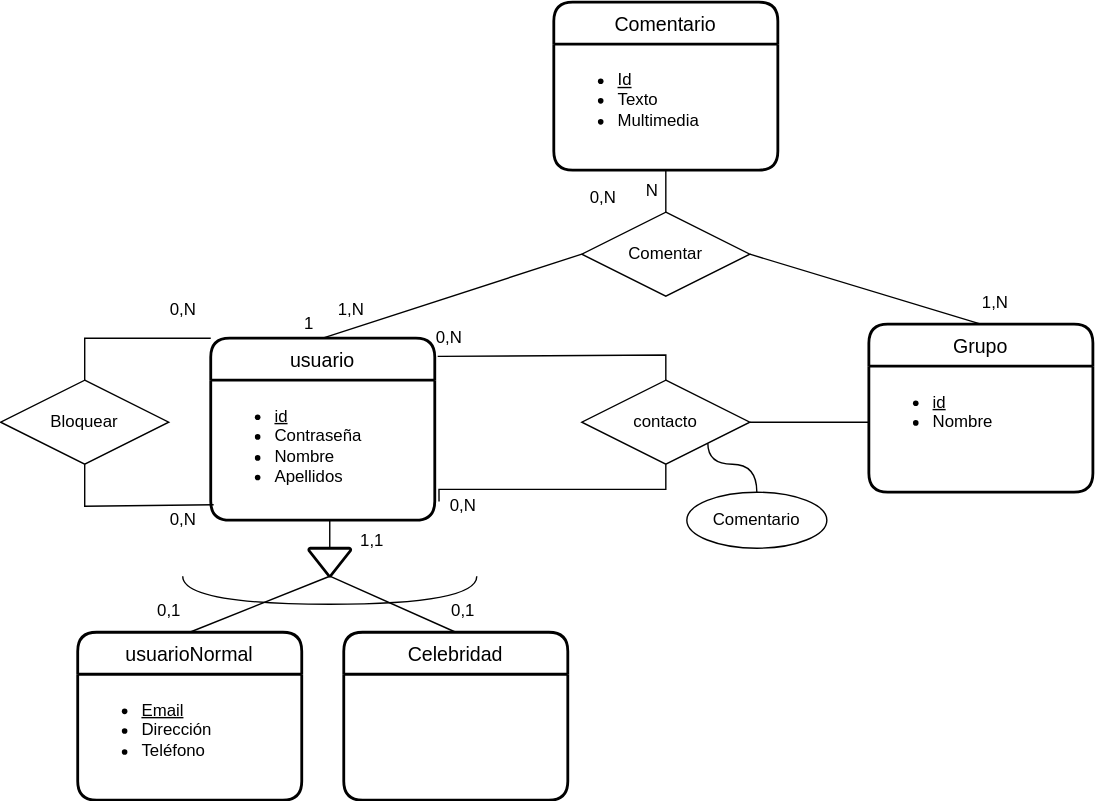
Earlier version of the draw.io export UD12-14.svg (Jimxx22/C3-UD11-UML). Source tidied: cells renumbered, new cells last; positions are measured from the earlier drawing's top-left corner, leaving out a move shared by most shapes.
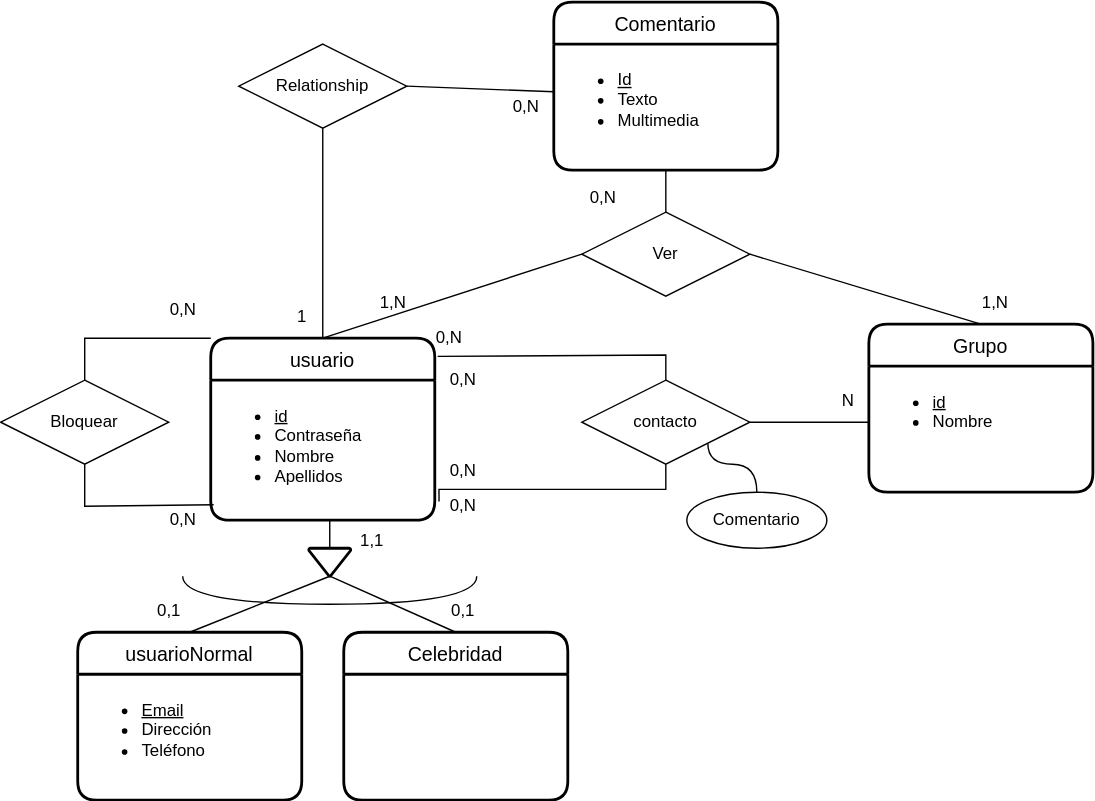
Above is the later version.

Diff of the diagram source:
```diff
@@ -79,7 +79,7 @@
         </Array>
       </mxGeometry>
     </mxCell>
-    <mxCell id="21" value="Comentar" style="shape=rhombus;perimeter=rhombusPerimeter;whiteSpace=wrap;html=1;align=center;labelBackgroundColor=none;" parent="1" vertex="1">
+    <mxCell id="21" value="Ver" style="shape=rhombus;perimeter=rhombusPerimeter;whiteSpace=wrap;html=1;align=center;labelBackgroundColor=none;" parent="1" vertex="1">
       <mxGeometry x="415" y="150" width="120" height="60" as="geometry" />
     </mxCell>
     <mxCell id="22" style="endArrow=none;html=1;rounded=0;labelBackgroundColor=none;exitX=0.5;exitY=0;exitDx=0;exitDy=0;entryX=0;entryY=0.5;entryDx=0;entryDy=0;" parent="1" edge="1" source="2" target="21">
@@ -104,14 +104,11 @@
       <mxGeometry relative="1" as="geometry" />
     </mxCell>
     <mxCell id="29" value="1,N" style="text;html=1;align=center;verticalAlign=middle;strokeColor=none;fillColor=none;" parent="1" vertex="1">
-      <mxGeometry x="230" y="205" width="40" height="30" as="geometry" />
+      <mxGeometry x="260" y="200" width="40" height="30" as="geometry" />
     </mxCell>
     <mxCell id="30" value="1,1" style="text;html=1;align=center;verticalAlign=middle;strokeColor=none;fillColor=none;" parent="1" vertex="1">
       <mxGeometry x="245" y="370" width="40" height="30" as="geometry" />
     </mxCell>
-    <mxCell id="31" value="N" style="text;html=1;align=center;verticalAlign=middle;strokeColor=none;fillColor=none;" parent="1" vertex="1">
-      <mxGeometry x="450" y="120" width="30" height="30" as="geometry" />
-    </mxCell>
     <mxCell id="32" value="0,1" style="text;html=1;align=center;verticalAlign=middle;strokeColor=none;fillColor=none;" parent="1" vertex="1">
       <mxGeometry x="100" y="420" width="40" height="30" as="geometry" />
     </mxCell>
@@ -128,16 +125,37 @@
       <mxGeometry x="110" y="355" width="40" height="30" as="geometry" />
     </mxCell>
     <mxCell id="37" value="1" style="text;html=1;align=center;verticalAlign=middle;strokeColor=none;fillColor=none;" parent="1" vertex="1">
-      <mxGeometry x="205" y="215" width="30" height="30" as="geometry" />
+      <mxGeometry x="200" y="210" width="30" height="30" as="geometry" />
     </mxCell>
     <mxCell id="38" value="0,N" style="text;html=1;align=center;verticalAlign=middle;strokeColor=none;fillColor=none;" parent="1" vertex="1">
       <mxGeometry x="410" y="125" width="40" height="30" as="geometry" />
     </mxCell>
+    <mxCell id="41" value="Relationship" style="shape=rhombus;perimeter=rhombusPerimeter;whiteSpace=wrap;html=1;align=center;labelBackgroundColor=none;" parent="1" vertex="1">
+      <mxGeometry x="170" y="30" width="120" height="60" as="geometry" />
+    </mxCell>
     <mxCell id="39" value="0,N" style="text;html=1;align=center;verticalAlign=middle;strokeColor=none;fillColor=none;" parent="1" vertex="1">
       <mxGeometry x="310" y="345" width="40" height="30" as="geometry" />
     </mxCell>
+    <mxCell id="42" style="endArrow=none;html=1;rounded=0;labelBackgroundColor=none;entryX=0.5;entryY=1;entryDx=0;entryDy=0;exitX=0.5;exitY=0;exitDx=0;exitDy=0;" parent="1" edge="1" source="2" target="41">
+      <mxGeometry relative="1" as="geometry" />
+    </mxCell>
     <mxCell id="40" value="0,N" style="text;html=1;align=center;verticalAlign=middle;strokeColor=none;fillColor=none;" parent="1" vertex="1">
       <mxGeometry x="300" y="225" width="40" height="30" as="geometry" />
     </mxCell>
+    <mxCell id="43" style="endArrow=none;html=1;rounded=0;labelBackgroundColor=none;exitX=1;exitY=0.5;exitDx=0;exitDy=0;entryX=0;entryY=0.378;entryDx=0;entryDy=0;entryPerimeter=0;" parent="1" edge="1" source="41" target="11">
+      <mxGeometry relative="1" as="geometry" />
+    </mxCell>
+    <mxCell id="44" value="0,N" style="text;html=1;align=center;verticalAlign=middle;strokeColor=none;fillColor=none;" parent="1" vertex="1">
+      <mxGeometry x="355" y="60" width="40" height="30" as="geometry" />
+    </mxCell>
+    <mxCell id="45" value="0,N" style="text;html=1;align=center;verticalAlign=middle;strokeColor=none;fillColor=none;" parent="1" vertex="1">
+      <mxGeometry x="310" y="255" width="40" height="30" as="geometry" />
+    </mxCell>
+    <mxCell id="46" value="0,N" style="text;html=1;align=center;verticalAlign=middle;strokeColor=none;fillColor=none;" parent="1" vertex="1">
+      <mxGeometry x="310" y="320" width="40" height="30" as="geometry" />
+    </mxCell>
+    <mxCell id="31" value="N" style="text;html=1;align=center;verticalAlign=middle;strokeColor=none;fillColor=none;" parent="1" vertex="1">
+      <mxGeometry x="590" y="270" width="30" height="30" as="geometry" />
+    </mxCell>
   </root>
 </mxGraphModel>
```
